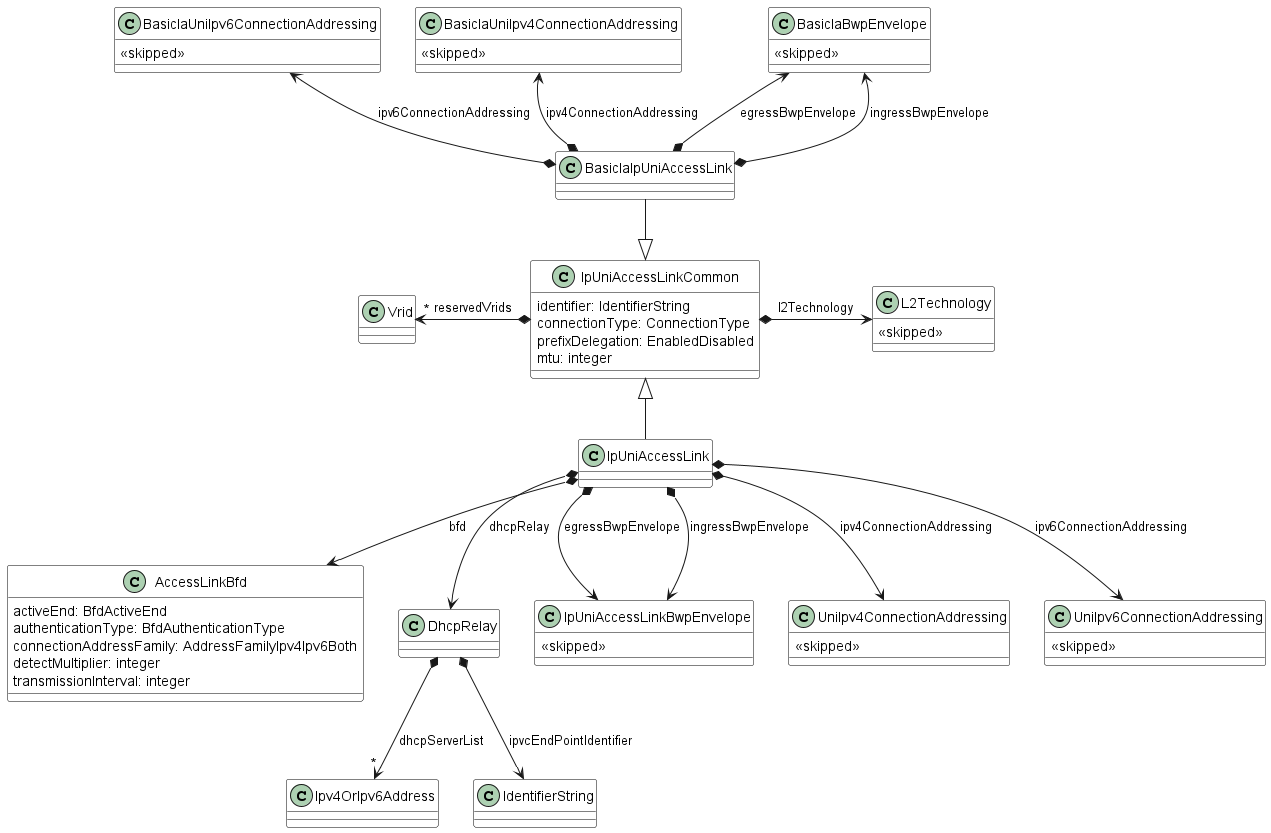
Earlier version of the PlantUML export documentation/productSchema/ip/internetAccess/MEF 139 resources/media/IP_UNI_Access_Link.png (MEF-GIT/MEF-LSO-Sonata-SDK). Source of this version:
```plantuml
@startuml

skinparam {
    ClassBackgroundColor White
    ClassBorderColor Black
}

class IpUniAccessLinkCommon {
    identifier: IdentifierString
    connectionType: ConnectionType
    prefixDelegation: EnabledDisabled
    mtu: integer
}

IpUniAccessLinkCommon *-r-> L2Technology : l2Technology
IpUniAccessLinkCommon *-l->"*" Vrid : reservedVrids

class BasicIaIpUniAccessLink {

}
IpUniAccessLinkCommon <|-u- BasicIaIpUniAccessLink

BasicIaIpUniAccessLink *-u-> BasicIaBwpEnvelope : egressBwpEnvelope
BasicIaIpUniAccessLink *-u-> BasicIaBwpEnvelope : ingressBwpEnvelope
BasicIaIpUniAccessLink *-u-> BasicIaUniIpv4ConnectionAddressing : ipv4ConnectionAddressing
BasicIaIpUniAccessLink *-u-> BasicIaUniIpv6ConnectionAddressing : ipv6ConnectionAddressing


class IpUniAccessLink {

}
IpUniAccessLinkCommon <|-d- IpUniAccessLink

IpUniAccessLink *--> AccessLinkBfd : bfd
IpUniAccessLink *--> DhcpRelay : dhcpRelay
IpUniAccessLink *--> IpUniAccessLinkBwpEnvelope : egressBwpEnvelope
IpUniAccessLink *--> IpUniAccessLinkBwpEnvelope : ingressBwpEnvelope
IpUniAccessLink *--> UniIpv4ConnectionAddressing : ipv4ConnectionAddressing
IpUniAccessLink *--> UniIpv6ConnectionAddressing : ipv6ConnectionAddressing


class L2Technology  {
  <<skipped>>
}
class UniIpv4ConnectionAddressing  {
  <<skipped>>
}
class UniIpv6ConnectionAddressing  {
  <<skipped>>
}
class BasicIaUniIpv4ConnectionAddressing  {
  <<skipped>>
}
class BasicIaUniIpv6ConnectionAddressing  {
  <<skipped>>
}
class BasicIaBwpEnvelope  {
  <<skipped>>
}
class IpUniAccessLinkBwpEnvelope  {
  <<skipped>>
}
class AccessLinkBfd {

    activeEnd: BfdActiveEnd
    authenticationType: BfdAuthenticationType
    connectionAddressFamily: AddressFamilyIpv4Ipv6Both
    detectMultiplier: integer
    transmissionInterval: integer
}



class DhcpRelay {

}

DhcpRelay *-->"*" Ipv4OrIpv6Address : dhcpServerList
DhcpRelay *--> IdentifierString : ipvcEndPointIdentifier

@enduml
```
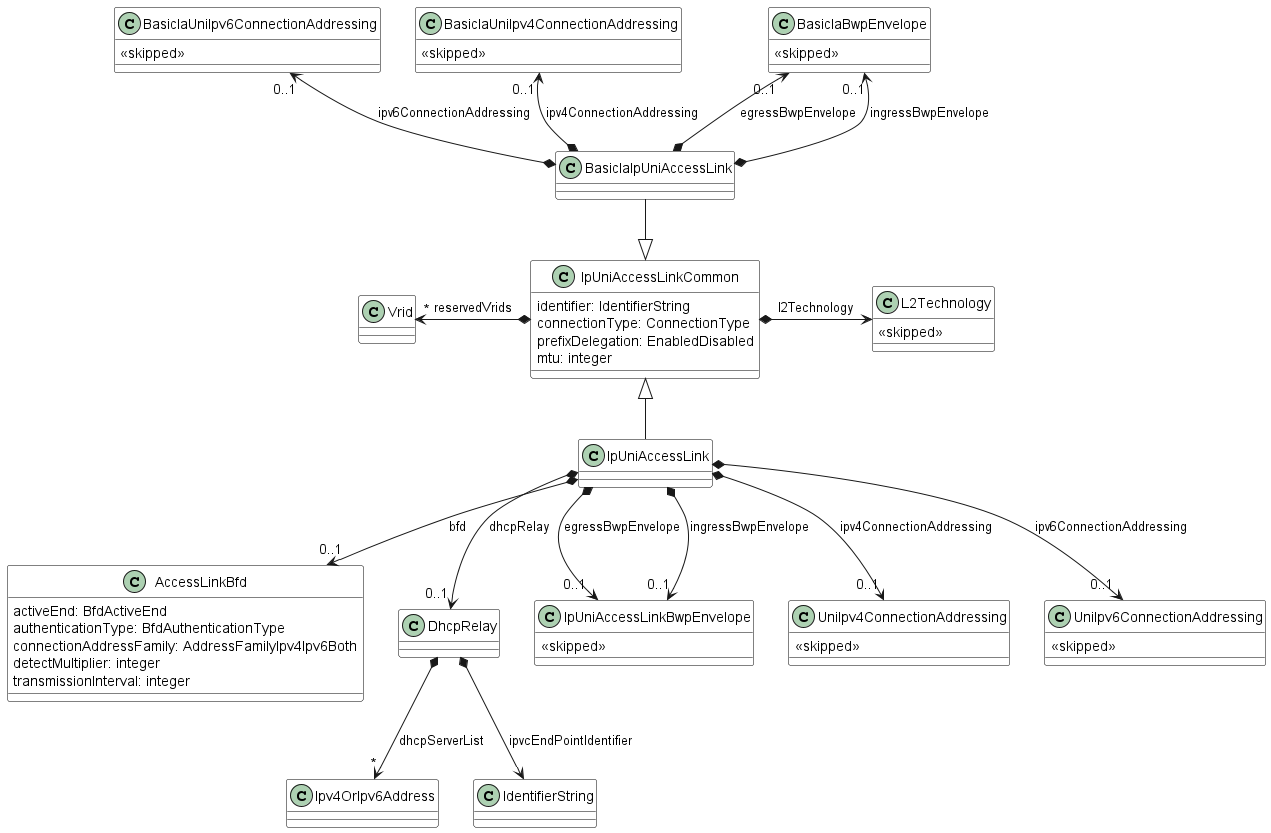
The same file after the commit.

Diff of the diagram source:
```diff
@@ -20,10 +20,10 @@
 }
 IpUniAccessLinkCommon <|-u- BasicIaIpUniAccessLink
 
-BasicIaIpUniAccessLink *-u-> BasicIaBwpEnvelope : egressBwpEnvelope
-BasicIaIpUniAccessLink *-u-> BasicIaBwpEnvelope : ingressBwpEnvelope
-BasicIaIpUniAccessLink *-u-> BasicIaUniIpv4ConnectionAddressing : ipv4ConnectionAddressing
-BasicIaIpUniAccessLink *-u-> BasicIaUniIpv6ConnectionAddressing : ipv6ConnectionAddressing
+BasicIaIpUniAccessLink *-u->"0..1" BasicIaBwpEnvelope : egressBwpEnvelope
+BasicIaIpUniAccessLink *-u->"0..1" BasicIaBwpEnvelope : ingressBwpEnvelope
+BasicIaIpUniAccessLink *-u->"0..1" BasicIaUniIpv4ConnectionAddressing : ipv4ConnectionAddressing
+BasicIaIpUniAccessLink *-u->"0..1" BasicIaUniIpv6ConnectionAddressing : ipv6ConnectionAddressing
 
 
 class IpUniAccessLink {
@@ -31,12 +31,12 @@
 }
 IpUniAccessLinkCommon <|-d- IpUniAccessLink
 
-IpUniAccessLink *--> AccessLinkBfd : bfd
-IpUniAccessLink *--> DhcpRelay : dhcpRelay
-IpUniAccessLink *--> IpUniAccessLinkBwpEnvelope : egressBwpEnvelope
-IpUniAccessLink *--> IpUniAccessLinkBwpEnvelope : ingressBwpEnvelope
-IpUniAccessLink *--> UniIpv4ConnectionAddressing : ipv4ConnectionAddressing
-IpUniAccessLink *--> UniIpv6ConnectionAddressing : ipv6ConnectionAddressing
+IpUniAccessLink *-->"0..1" AccessLinkBfd : bfd
+IpUniAccessLink *-->"0..1" DhcpRelay : dhcpRelay
+IpUniAccessLink *-->"0..1" IpUniAccessLinkBwpEnvelope : egressBwpEnvelope
+IpUniAccessLink *-->"0..1" IpUniAccessLinkBwpEnvelope : ingressBwpEnvelope
+IpUniAccessLink *-->"0..1" UniIpv4ConnectionAddressing : ipv4ConnectionAddressing
+IpUniAccessLink *-->"0..1" UniIpv6ConnectionAddressing : ipv6ConnectionAddressing
 
 
 class L2Technology  {
```
